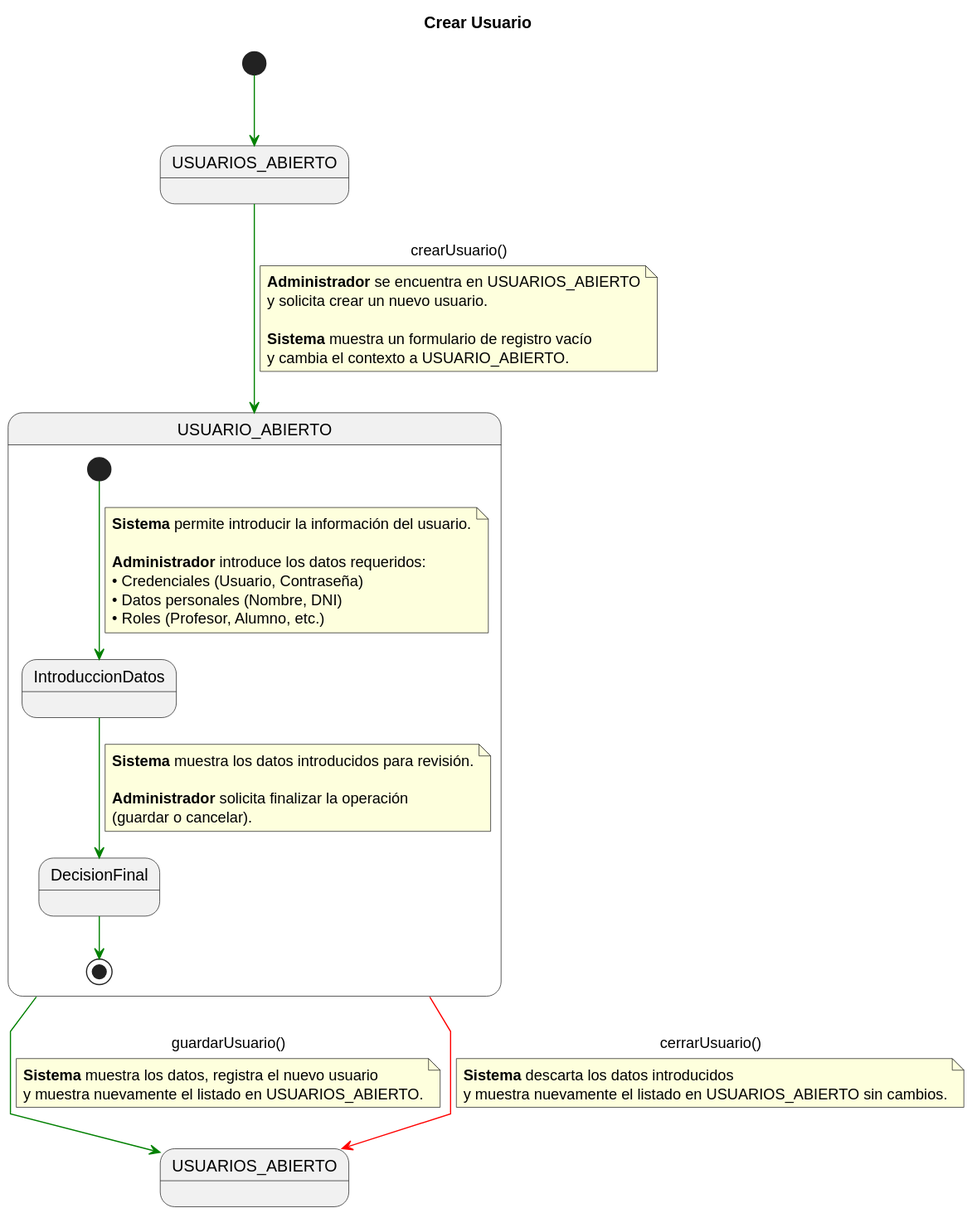
Above: documents/CasosDeUso/DetalladoCasosDeUso/Administrador/crearUsuario.svg in enmabry/25-26-IdSw1-SdR (PlantUML), before the change.
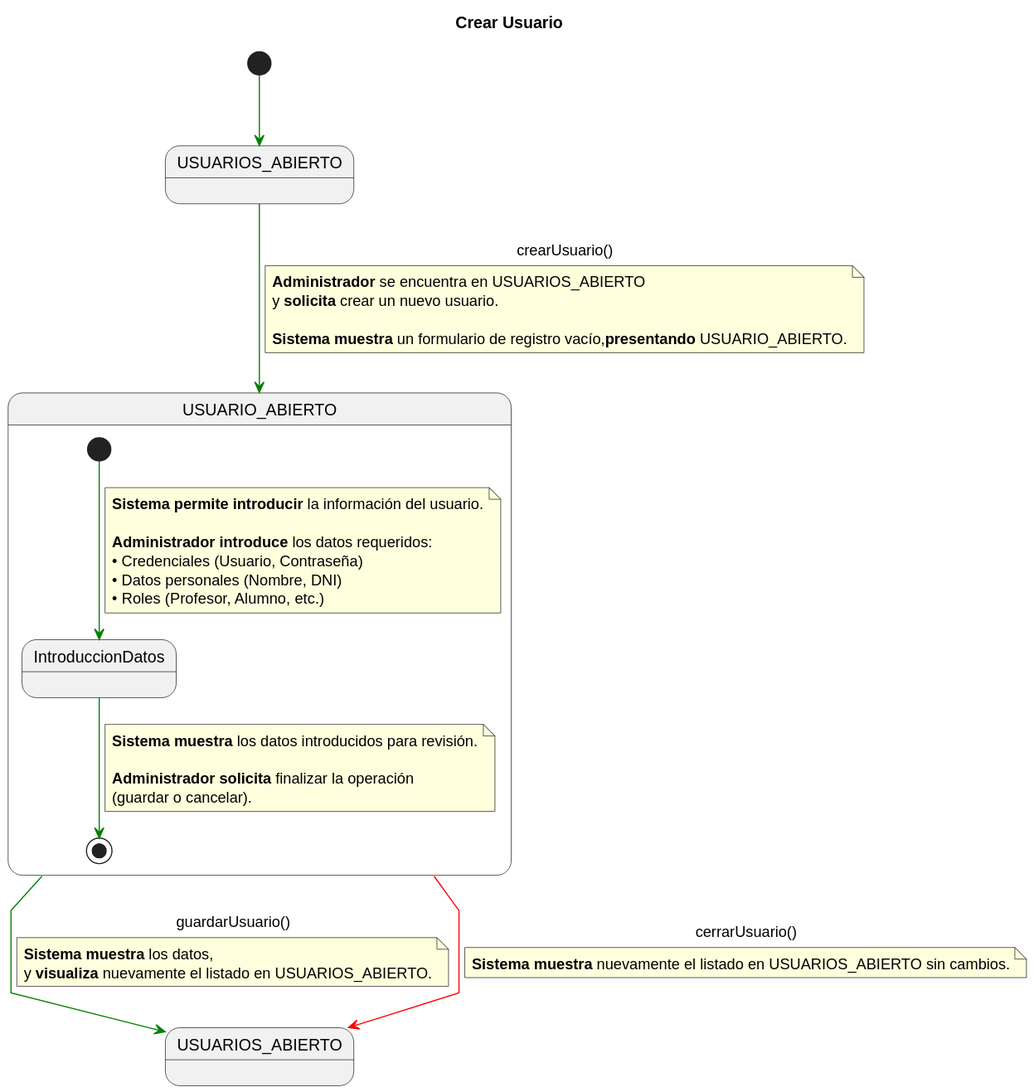
After the commit.

What changed in the source:
```diff
@@ -11,47 +11,42 @@
 USUARIOS_ABIERTO_INICIAL -[#green]-> USUARIO_ABIERTO_COMP : crearUsuario()
 note on link
 <b>Administrador</b> se encuentra en USUARIOS_ABIERTO
-y solicita crear un nuevo usuario.
+y <b>solicita</b> crear un nuevo usuario.
 
-<b>Sistema</b> muestra un formulario de registro vacío
-y cambia el contexto a USUARIO_ABIERTO.
+<b>Sistema muestra</b> un formulario de registro vacío,<b>presentando</b> USUARIO_ABIERTO.
 end note
 
 state USUARIO_ABIERTO_COMP as "USUARIO_ABIERTO" {
 
     state IntroduccionDatos
-    state DecisionFinal
 
     [*] -[#green]-> IntroduccionDatos
     note on link
-    <b>Sistema</b> permite introducir la información del usuario.
+    <b>Sistema permite introducir</b> la información del usuario.
 
-    <b>Administrador</b> introduce los datos requeridos:
+    <b>Administrador introduce</b> los datos requeridos:
     • Credenciales (Usuario, Contraseña)
     • Datos personales (Nombre, DNI)
     • Roles (Profesor, Alumno, etc.)
     end note
 
-    IntroduccionDatos -[#green]-> DecisionFinal
+    IntroduccionDatos -[#green]-> [*]
     note on link
-    <b>Sistema</b> muestra los datos introducidos para revisión.
+    <b>Sistema muestra</b> los datos introducidos para revisión.
 
-    <b>Administrador</b> solicita finalizar la operación
+    <b>Administrador solicita</b> finalizar la operación
     (guardar o cancelar).
     end note
-
-    DecisionFinal -[#green]-> [*]
 }
 
 USUARIO_ABIERTO_COMP -[#green]-> USUARIOS_ABIERTO_FINAL : guardarUsuario()
 note on link
-<b>Sistema</b> muestra los datos, registra el nuevo usuario
-y muestra nuevamente el listado en USUARIOS_ABIERTO.
+<b>Sistema muestra</b> los datos,
+y <b>visualiza</b> nuevamente el listado en USUARIOS_ABIERTO.
 end note
 
 USUARIO_ABIERTO_COMP -[#red]-> USUARIOS_ABIERTO_FINAL : cerrarUsuario()
 note on link
-<b>Sistema</b> descarta los datos introducidos
-y muestra nuevamente el listado en USUARIOS_ABIERTO sin cambios.
+<b>Sistema muestra</b> nuevamente el listado en USUARIOS_ABIERTO sin cambios.
 end note
 @enduml
```
